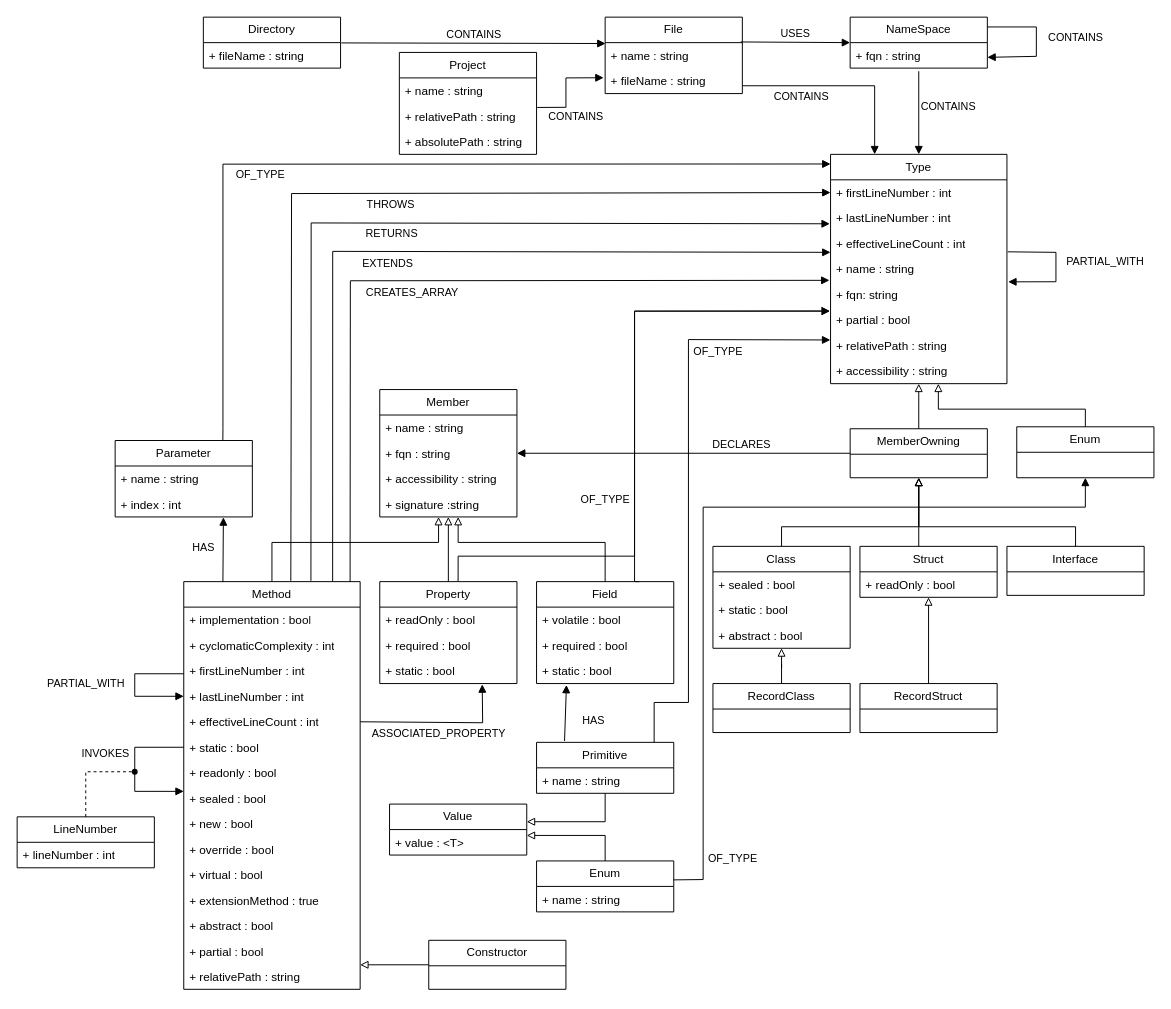
This is drawio/DatabaseSchema.drawio from kontext-e/jqa-csharp-plugin, a draw.io file, before an edit. Source tidied: cells renumbered, new cells numbered last; positions are measured from the earlier drawing's top-left corner, leaving out a move shared by most shapes. Both pictures are drawn from the tidied source at 98%, with x=0, y=0 at pixel (17, 17).
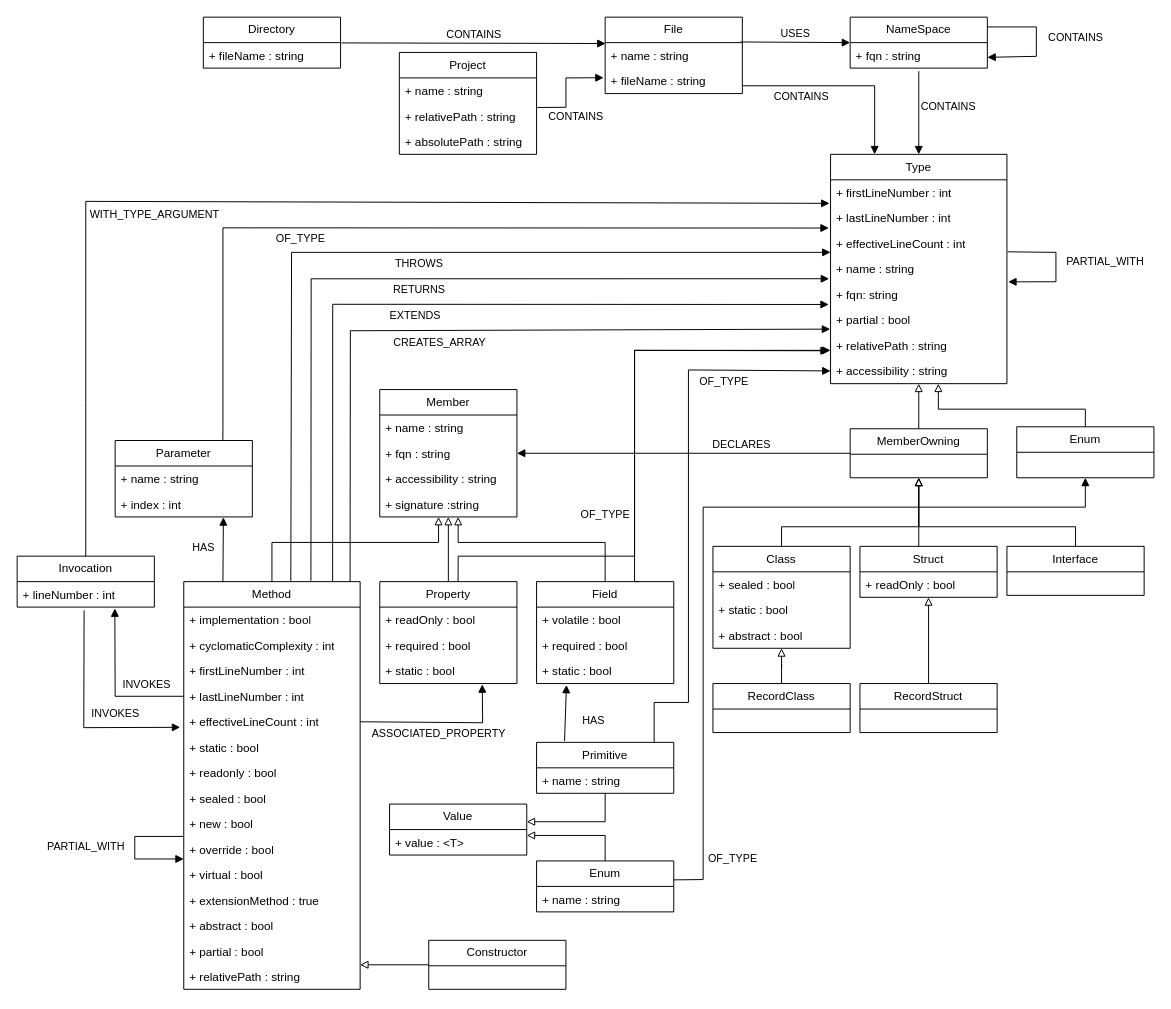
The same page after the edit.

Commit message (it also covers changes not shown here):
Increased Version to 0.3.0, updated diagram

The change refers to these unchanged cells:
```xml
<mxCell id="2" value="Type" style="swimlane;fontStyle=0;horizontal=1;startSize=26;fillColor=none;whiteSpace=wrap;html=1;" parent="1" vertex="1">
  <mxGeometry x="830" y="140" width="180" height="234" as="geometry" />
</mxCell>
<mxCell id="3" value="+ firstLineNumber : int" style="text;strokeColor=none;fillColor=none;align=left;verticalAlign=top;spacingLeft=4;spacingRight=4;overflow=hidden;points=[[0,0.5],[1,0.5]];portConstraint=eastwest;whiteSpace=wrap;html=1;" parent="2" vertex="1">
  <mxGeometry y="26" width="180" height="26" as="geometry" />
</mxCell>
<mxCell id="4" value="+ lastLineNumber : int" style="text;strokeColor=none;fillColor=none;align=left;verticalAlign=top;spacingLeft=4;spacingRight=4;overflow=hidden;points=[[0,0.5],[1,0.5]];portConstraint=eastwest;whiteSpace=wrap;html=1;" parent="2" vertex="1">
  <mxGeometry y="52" width="180" height="26" as="geometry" />
</mxCell>
<mxCell id="5" value="+ effectiveLineCount : int" style="text;strokeColor=none;fillColor=none;align=left;verticalAlign=top;spacingLeft=4;spacingRight=4;overflow=hidden;points=[[0,0.5],[1,0.5]];portConstraint=eastwest;whiteSpace=wrap;html=1;" parent="2" vertex="1">
  <mxGeometry y="78" width="180" height="26" as="geometry" />
</mxCell>
<mxCell id="6" value="+ name : string" style="text;strokeColor=none;fillColor=none;align=left;verticalAlign=top;spacingLeft=4;spacingRight=4;overflow=hidden;points=[[0,0.5],[1,0.5]];portConstraint=eastwest;whiteSpace=wrap;html=1;" parent="2" vertex="1">
  <mxGeometry y="104" width="180" height="26" as="geometry" />
</mxCell>
<mxCell id="7" value="+ fqn: string" style="text;strokeColor=none;fillColor=none;align=left;verticalAlign=top;spacingLeft=4;spacingRight=4;overflow=hidden;points=[[0,0.5],[1,0.5]];portConstraint=eastwest;whiteSpace=wrap;html=1;" parent="2" vertex="1">
  <mxGeometry y="130" width="180" height="26" as="geometry" />
</mxCell>
<mxCell id="8" value="+ partial : bool" style="text;strokeColor=none;fillColor=none;align=left;verticalAlign=top;spacingLeft=4;spacingRight=4;overflow=hidden;points=[[0,0.5],[1,0.5]];portConstraint=eastwest;whiteSpace=wrap;html=1;" parent="2" vertex="1">
  <mxGeometry y="156" width="180" height="26" as="geometry" />
</mxCell>
<mxCell id="9" value="+ relativePath : string" style="text;strokeColor=none;fillColor=none;align=left;verticalAlign=top;spacingLeft=4;spacingRight=4;overflow=hidden;points=[[0,0.5],[1,0.5]];portConstraint=eastwest;whiteSpace=wrap;html=1;" parent="2" vertex="1">
  <mxGeometry y="182" width="180" height="26" as="geometry" />
</mxCell>
<mxCell id="10" value="+ accessibility : string" style="text;strokeColor=none;fillColor=none;align=left;verticalAlign=top;spacingLeft=4;spacingRight=4;overflow=hidden;points=[[0,0.5],[1,0.5]];portConstraint=eastwest;whiteSpace=wrap;html=1;" parent="2" vertex="1">
  <mxGeometry y="208" width="180" height="26" as="geometry" />
</mxCell>
<mxCell id="36" value="Field" style="swimlane;fontStyle=0;horizontal=1;startSize=26;fillColor=none;whiteSpace=wrap;html=1;" parent="1" vertex="1">
  <mxGeometry x="530" y="576" width="140" height="104" as="geometry" />
</mxCell>
<mxCell id="41" value="Property" style="swimlane;fontStyle=0;horizontal=1;startSize=26;fillColor=none;whiteSpace=wrap;html=1;" parent="1" vertex="1">
  <mxGeometry x="370" y="576" width="140" height="104" as="geometry" />
</mxCell>
<mxCell id="46" value="Method" style="swimlane;fontStyle=0;horizontal=1;startSize=26;fillColor=none;whiteSpace=wrap;html=1;" parent="1" vertex="1">
  <mxGeometry x="170" y="576" width="180" height="416" as="geometry" />
</mxCell>
<mxCell id="50" value="+ lastLineNumber : int" style="text;strokeColor=none;fillColor=none;align=left;verticalAlign=top;spacingLeft=4;spacingRight=4;overflow=hidden;points=[[0,0.5],[1,0.5]];portConstraint=eastwest;whiteSpace=wrap;html=1;" parent="46" vertex="1">
  <mxGeometry y="104" width="180" height="26" as="geometry" />
</mxCell>
<mxCell id="51" value="+ effectiveLineCount : int" style="text;strokeColor=none;fillColor=none;align=left;verticalAlign=top;spacingLeft=4;spacingRight=4;overflow=hidden;points=[[0,0.5],[1,0.5]];portConstraint=eastwest;whiteSpace=wrap;html=1;" parent="46" vertex="1">
  <mxGeometry y="130" width="180" height="26" as="geometry" />
</mxCell>
<mxCell id="52" value="+ static : bool" style="text;strokeColor=none;fillColor=none;align=left;verticalAlign=top;spacingLeft=4;spacingRight=4;overflow=hidden;points=[[0,0.5],[1,0.5]];portConstraint=eastwest;whiteSpace=wrap;html=1;" parent="46" vertex="1">
  <mxGeometry y="156" width="180" height="26" as="geometry" />
</mxCell>
<mxCell id="54" value="+ sealed : bool" style="text;strokeColor=none;fillColor=none;align=left;verticalAlign=top;spacingLeft=4;spacingRight=4;overflow=hidden;points=[[0,0.5],[1,0.5]];portConstraint=eastwest;whiteSpace=wrap;html=1;" parent="46" vertex="1">
  <mxGeometry y="208" width="180" height="26" as="geometry" />
</mxCell>
<mxCell id="71" value="Parameter" style="swimlane;fontStyle=0;horizontal=1;startSize=26;fillColor=none;whiteSpace=wrap;html=1;" parent="1" vertex="1">
  <mxGeometry x="100" y="432" width="140" height="78" as="geometry" />
</mxCell>
<mxCell id="90" value="+ lineNumber : int" style="text;strokeColor=none;fillColor=none;align=left;verticalAlign=top;spacingLeft=4;spacingRight=4;overflow=hidden;points=[[0,0.5],[1,0.5]];portConstraint=eastwest;whiteSpace=wrap;html=1;" parent="89" vertex="1">
  <mxGeometry y="26" width="140" height="26" as="geometry" />
</mxCell>
<mxCell id="97" value="Primitive" style="swimlane;fontStyle=0;horizontal=1;startSize=26;fillColor=none;whiteSpace=wrap;html=1;" parent="1" vertex="1">
  <mxGeometry x="530" y="740" width="140" height="52" as="geometry" />
</mxCell>
```

The edit, as a diff of the source:
```diff
@@
-    <mxCell id="35" style="edgeStyle=orthogonalEdgeStyle;rounded=0;jettySize=auto;html=1;entryX=-0.004;entryY=0.153;entryDx=0;entryDy=0;entryPerimeter=0;exitX=0.75;exitY=0;exitDx=0;exitDy=0;" parent="1" edge="1" source="36" target="8">
+    <mxCell id="35" style="edgeStyle=orthogonalEdgeStyle;rounded=0;jettySize=auto;html=1;exitX=0.75;exitY=0;exitDx=0;exitDy=0;" parent="1" edge="1" source="36">
       <mxGeometry relative="1" as="geometry">
+        <mxPoint x="830" y="340" as="targetPoint" />
         <Array as="points">
           <mxPoint x="630" y="576" />
-          <mxPoint x="630" y="300" />
+          <mxPoint x="630" y="340" />
+          <mxPoint x="829" y="340" />
         </Array>
       </mxGeometry>
     </mxCell>
@@
-    <mxCell id="59" value="PARTIAL_WITH" style="html=1;verticalAlign=bottom;endArrow=block;curved=0;rounded=0;entryX=0;entryY=0.5;entryDx=0;entryDy=0;" parent="46" edge="1" target="50">
-      <mxGeometry x="0.12" y="-50" relative="1" as="geometry">
-        <mxPoint y="94" as="sourcePoint" />
-        <Array as="points">
-          <mxPoint x="-50" y="94" />
-          <mxPoint x="-50" y="117" />
-        </Array>
-      </mxGeometry>
-    </mxCell>
-    <mxCell id="60" value="INVOKES" style="html=1;verticalAlign=bottom;endArrow=block;curved=0;rounded=0;exitX=0;exitY=0.5;exitDx=0;exitDy=0;entryX=0;entryY=0.231;entryDx=0;entryDy=0;entryPerimeter=0;" parent="46" edge="1" source="52" target="54">
-      <mxGeometry x="-0.1" y="-30" relative="1" as="geometry">
-        <Array as="points">
-          <mxPoint x="-50" y="169" />
-          <mxPoint x="-50" y="214" />
-        </Array>
-      </mxGeometry>
-    </mxCell>
@@
-    <mxCell id="64" value="OF_TYPE" style="html=1;verticalAlign=bottom;endArrow=block;curved=0;rounded=0;exitX=0.571;exitY=-0.003;exitDx=0;exitDy=0;exitPerimeter=0;entryX=-0.004;entryY=0.148;entryDx=0;entryDy=0;entryPerimeter=0;" parent="1" edge="1" source="41" target="8">
+    <mxCell id="64" value="OF_TYPE" style="html=1;verticalAlign=bottom;endArrow=block;curved=0;rounded=0;exitX=0.571;exitY=-0.003;exitDx=0;exitDy=0;exitPerimeter=0;entryX=-0.01;entryY=0.709;entryDx=0;entryDy=0;entryPerimeter=0;" parent="1" edge="1" source="41" target="9">
       <mxGeometry x="-0.22" y="30" relative="1" as="geometry">
         <Array as="points">
           <mxPoint x="450" y="550" />
           <mxPoint x="630" y="550" />
-          <mxPoint x="630" y="300" />
+          <mxPoint x="630" y="340" />
         </Array>
       </mxGeometry>
     </mxCell>
-    <mxCell id="65" value="EXTENDS" style="html=1;verticalAlign=bottom;endArrow=block;curved=0;rounded=0;exitX=0.844;exitY=0;exitDx=0;exitDy=0;exitPerimeter=0;" parent="1" edge="1" source="46">
+    <mxCell id="65" value="EXTENDS" style="html=1;verticalAlign=bottom;endArrow=block;curved=0;rounded=0;exitX=0.844;exitY=0;exitDx=0;exitDy=0;exitPerimeter=0;entryX=-0.01;entryY=0.892;entryDx=0;entryDy=0;entryPerimeter=0;" parent="1" edge="1" source="46" target="7">
       <mxGeometry x="-0.07" y="-21" relative="1" as="geometry">
-        <mxPoint x="830" y="240" as="targetPoint" />
         <Array as="points">
-          <mxPoint x="322" y="239" />
+          <mxPoint x="322" y="293" />
         </Array>
       </mxGeometry>
     </mxCell>
-    <mxCell id="66" value="RETURNS" style="html=1;verticalAlign=bottom;endArrow=block;curved=0;rounded=0;exitX=0.721;exitY=-0.002;exitDx=0;exitDy=0;entryX=-0.004;entryY=0.725;entryDx=0;entryDy=0;entryPerimeter=0;exitPerimeter=0;" parent="1" edge="1" source="46" target="4">
+    <mxCell id="66" value="RETURNS" style="html=1;verticalAlign=bottom;endArrow=block;curved=0;rounded=0;exitX=0.721;exitY=-0.002;exitDx=0;exitDy=0;entryX=-0.008;entryY=0.881;entryDx=0;entryDy=0;entryPerimeter=0;exitPerimeter=0;" parent="1" edge="1" source="46" target="6">
       <mxGeometry y="-20" relative="1" as="geometry">
         <Array as="points">
-          <mxPoint x="300" y="210" />
+          <mxPoint x="300" y="267" />
         </Array>
       </mxGeometry>
     </mxCell>
@@
-    <mxCell id="68" value="THROWS" style="html=1;verticalAlign=bottom;endArrow=block;curved=0;rounded=0;exitX=0.607;exitY=-0.002;exitDx=0;exitDy=0;entryX=0;entryY=0.5;entryDx=0;entryDy=0;exitPerimeter=0;" parent="1" edge="1" source="46" target="3">
+    <mxCell id="68" value="THROWS" style="html=1;verticalAlign=bottom;endArrow=block;curved=0;rounded=0;exitX=0.607;exitY=-0.002;exitDx=0;exitDy=0;entryX=0;entryY=0.846;entryDx=0;entryDy=0;exitPerimeter=0;entryPerimeter=0;" parent="1" edge="1" source="46" target="5">
       <mxGeometry x="0.05" y="-20" relative="1" as="geometry">
         <Array as="points">
-          <mxPoint x="280" y="180" />
+          <mxPoint x="280" y="240" />
         </Array>
       </mxGeometry>
     </mxCell>
@@
-    <mxCell id="75" value="OF_TYPE" style="html=1;verticalAlign=bottom;endArrow=block;curved=0;rounded=0;entryX=0;entryY=0.042;entryDx=0;entryDy=0;entryPerimeter=0;exitX=0.785;exitY=-0.005;exitDx=0;exitDy=0;exitPerimeter=0;" parent="1" edge="1" source="71" target="2">
+    <mxCell id="75" value="OF_TYPE" style="html=1;verticalAlign=bottom;endArrow=block;curved=0;rounded=0;entryX=-0.01;entryY=0.892;entryDx=0;entryDy=0;entryPerimeter=0;exitX=0.785;exitY=-0.005;exitDx=0;exitDy=0;exitPerimeter=0;" parent="1" edge="1" source="71" target="4">
       <mxGeometry x="-0.29" y="-20" relative="1" as="geometry">
         <Array as="points">
           <mxPoint x="210" y="420" />
-          <mxPoint x="210" y="150" />
+          <mxPoint x="210" y="215" />
         </Array>
       </mxGeometry>
     </mxCell>
@@
-    <mxCell id="79" value="CREATES_ARRAY" style="html=1;verticalAlign=bottom;endArrow=block;curved=0;rounded=0;entryX=-0.006;entryY=0.944;entryDx=0;entryDy=0;entryPerimeter=0;exitX=0.943;exitY=0.001;exitDx=0;exitDy=0;exitPerimeter=0;" parent="1" edge="1" source="46" target="6">
+    <mxCell id="79" value="CREATES_ARRAY" style="html=1;verticalAlign=bottom;endArrow=block;curved=0;rounded=0;entryX=-0.002;entryY=0.859;entryDx=0;entryDy=0;entryPerimeter=0;exitX=0.943;exitY=0.001;exitDx=0;exitDy=0;exitPerimeter=0;" parent="1" edge="1" source="46" target="8">
       <mxGeometry x="-0.07" y="-21" relative="1" as="geometry">
         <Array as="points">
-          <mxPoint x="340" y="269" />
+          <mxPoint x="340" y="320" />
         </Array>
       </mxGeometry>
     </mxCell>
@@
-    <mxCell id="88" style="shape=waypoint;sketch=0;fillStyle=solid;size=6;points=[];fillColor=none;perimeter=centerPerimeter;snapToPoint=1;" parent="1" vertex="1">
-      <mxGeometry x="110" y="760" width="20" height="20" as="geometry" />
-    </mxCell>
-    <mxCell id="89" value="LineNumber" style="swimlane;fontStyle=0;horizontal=1;startSize=26;fillColor=none;whiteSpace=wrap;html=1;" parent="1" vertex="1">
-      <mxGeometry y="816" width="140" height="52" as="geometry" />
+    <mxCell id="89" value="Invocation" style="swimlane;fontStyle=0;horizontal=1;startSize=26;fillColor=none;whiteSpace=wrap;html=1;" parent="1" vertex="1">
+      <mxGeometry y="550" width="140" height="52" as="geometry" />
     </mxCell>
@@
-    <mxCell id="91" style="edgeStyle=orthogonalEdgeStyle;rounded=0;jettySize=auto;html=1;entryX=0.326;entryY=0.621;entryDx=0;entryDy=0;entryPerimeter=0;endArrow=none;endFill=0;dashed=1;" parent="1" edge="1" source="89" target="88">
-      <mxGeometry relative="1" as="geometry">
-        <Array as="points">
-          <mxPoint x="70" y="770" />
-        </Array>
-      </mxGeometry>
-    </mxCell>
@@
-    <mxCell id="100" value="OF_TYPE" style="html=1;verticalAlign=bottom;endArrow=block;curved=0;rounded=0;exitX=0.857;exitY=0;exitDx=0;exitDy=0;exitPerimeter=0;entryX=-0.001;entryY=0.313;entryDx=0;entryDy=0;entryPerimeter=0;" parent="1" edge="1" source="97">
-      <mxGeometry x="0.61" y="-21" relative="1" as="geometry">
-        <mxPoint x="829.8" y="329.4" as="targetPoint" />
-        <Array as="points">
-          <mxPoint x="650" y="699.3" />
-          <mxPoint x="685" y="699.3" />
-          <mxPoint x="685" y="329" />
-        </Array>
-      </mxGeometry>
-    </mxCell>
@@
+    <mxCell id="100" value="OF_TYPE" style="html=1;verticalAlign=bottom;endArrow=block;curved=0;rounded=0;exitX=0.857;exitY=0;exitDx=0;exitDy=0;exitPerimeter=0;entryX=0;entryY=0.5;entryDx=0;entryDy=0;" parent="1" edge="1" source="97" target="10">
+      <mxGeometry x="0.61" y="-21" relative="1" as="geometry">
+        <Array as="points">
+          <mxPoint x="650" y="699.3" />
+          <mxPoint x="685" y="699.3" />
+          <mxPoint x="685" y="360" />
+        </Array>
+      </mxGeometry>
+    </mxCell>
+    <mxCell id="59" value="PARTIAL_WITH" style="html=1;verticalAlign=bottom;endArrow=block;curved=0;rounded=0;entryX=0;entryY=0.5;entryDx=0;entryDy=0;" parent="1" edge="1">
+      <mxGeometry x="0.12" y="-50" relative="1" as="geometry">
+        <mxPoint x="170" y="836" as="sourcePoint" />
+        <mxPoint x="170" y="859" as="targetPoint" />
+        <Array as="points">
+          <mxPoint x="120" y="836" />
+          <mxPoint x="120" y="859" />
+        </Array>
+      </mxGeometry>
+    </mxCell>
+    <mxCell id="111" value="WITH_TYPE_ARGUMENT" style="html=1;verticalAlign=bottom;endArrow=block;curved=0;rounded=0;entryX=-0.006;entryY=-0.077;entryDx=0;entryDy=0;entryPerimeter=0;exitX=0.5;exitY=0;exitDx=0;exitDy=0;" parent="1" edge="1" source="89" target="4">
+      <mxGeometry x="-0.23" y="-22" relative="1" as="geometry">
+        <Array as="points">
+          <mxPoint x="70" y="393" />
+          <mxPoint x="70" y="188" />
+        </Array>
+      </mxGeometry>
+    </mxCell>
+    <mxCell id="112" value="INVOKES" style="html=1;verticalAlign=bottom;endArrow=block;curved=0;rounded=0;exitX=0.488;exitY=1.128;exitDx=0;exitDy=0;entryX=-0.02;entryY=0.718;entryDx=0;entryDy=0;entryPerimeter=0;exitPerimeter=0;" parent="1" edge="1" source="90" target="51">
+      <mxGeometry x="0.39" y="5" relative="1" as="geometry">
+        <Array as="points">
+          <mxPoint x="68" y="725" />
+        </Array>
+      </mxGeometry>
+    </mxCell>
+    <mxCell id="113" value="INVOKES" style="html=1;verticalAlign=bottom;endArrow=block;curved=0;rounded=0;exitX=0;exitY=0.5;exitDx=0;exitDy=0;entryX=0.712;entryY=1.051;entryDx=0;entryDy=0;entryPerimeter=0;" parent="1" edge="1" source="50" target="90">
+      <mxGeometry x="-0.52" y="-3" relative="1" as="geometry">
+        <Array as="points">
+          <mxPoint x="100" y="693" />
+        </Array>
+      </mxGeometry>
+    </mxCell>
```
